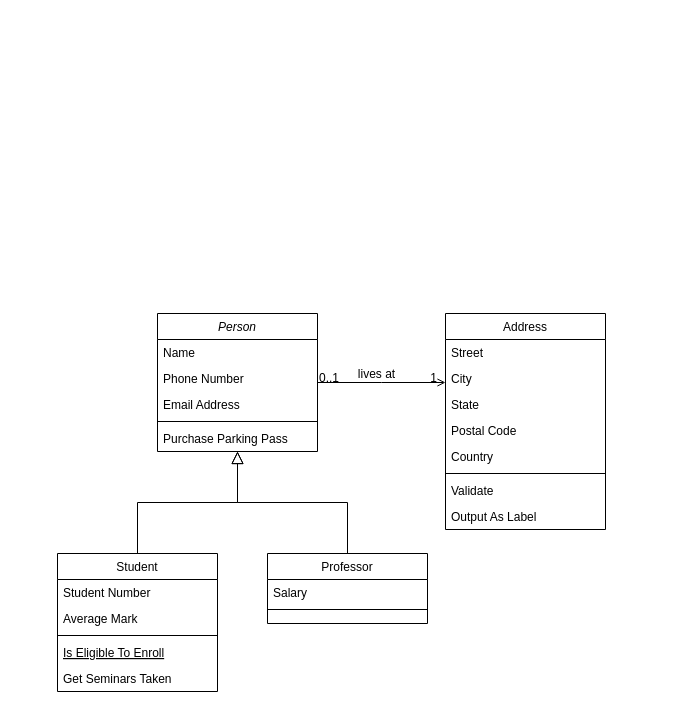
Above: src/Diagramme sans nom.drawio in RBOM12/Graph-ETIC (draw.io), before the change. Source tidied: cells renumbered, new cells numbered last; positions are measured from the earlier drawing's top-left corner, leaving out a move shared by most shapes. Both pictures are drawn from the tidied source at 100%, with x=0, y=0 at pixel (57, 313).
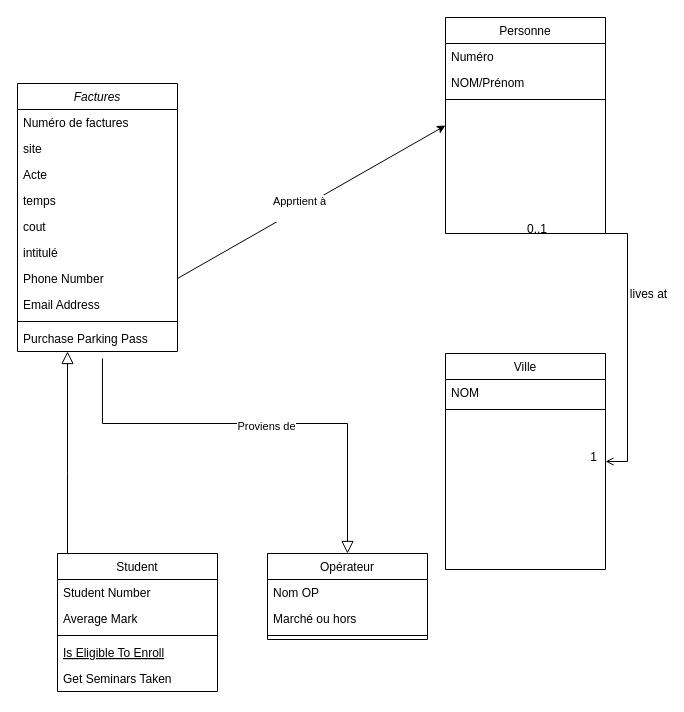
Above is the later version.

Commit message:
Mettre à jour Diagramme sans nom.drawio

The change refers to these unchanged cells:
```xml
<mxCell id="8" value="Student" style="swimlane;fontStyle=0;align=center;verticalAlign=top;horizontal=1;startSize=26;rounded=0;shadow=0;strokeWidth=1;" parent="1" vertex="1">
  <mxGeometry y="240" width="160" height="138" as="geometry" />
</mxCell>
```

Change to the diagram source:
```diff
@@
-    <mxCell id="2" value="Person" style="swimlane;fontStyle=2;align=center;verticalAlign=top;horizontal=1;startSize=26;rounded=0;shadow=0;strokeWidth=1;" parent="1" vertex="1">
-      <mxGeometry x="100" width="160" height="138" as="geometry" />
+    <mxCell id="2" value="Factures" style="swimlane;fontStyle=2;align=center;verticalAlign=top;horizontal=1;startSize=26;rounded=0;shadow=0;strokeWidth=1;" parent="1" vertex="1">
+      <mxGeometry x="-40" y="-230" width="160" height="268" as="geometry" />
     </mxCell>
+    <mxCell id="32" value="Numéro de factures" style="text;align=left;verticalAlign=top;spacingLeft=4;spacingRight=4;overflow=hidden;" parent="2" vertex="1">
+      <mxGeometry y="26" width="160" height="26" as="geometry" />
+    </mxCell>
+    <mxCell id="33" value="site&#10;" style="text;align=left;verticalAlign=top;spacingLeft=4;spacingRight=4;overflow=hidden;" parent="2" vertex="1">
+      <mxGeometry y="52" width="160" height="26" as="geometry" />
+    </mxCell>
+    <mxCell id="34" value="Acte" style="text;align=left;verticalAlign=top;spacingLeft=4;spacingRight=4;overflow=hidden;" parent="2" vertex="1">
+      <mxGeometry y="78" width="160" height="26" as="geometry" />
+    </mxCell>
+    <mxCell id="35" value="temps " style="text;align=left;verticalAlign=top;spacingLeft=4;spacingRight=4;overflow=hidden;" parent="2" vertex="1">
+      <mxGeometry y="104" width="160" height="26" as="geometry" />
+    </mxCell>
+    <mxCell id="36" value="cout" style="text;align=left;verticalAlign=top;spacingLeft=4;spacingRight=4;overflow=hidden;" parent="2" vertex="1">
+      <mxGeometry y="130" width="160" height="26" as="geometry" />
+    </mxCell>
-    <mxCell id="3" value="Name" style="text;align=left;verticalAlign=top;spacingLeft=4;spacingRight=4;overflow=hidden;" parent="2" vertex="1">
-      <mxGeometry y="26" width="160" height="26" as="geometry" />
+    <mxCell id="3" value="intitulé" style="text;align=left;verticalAlign=top;spacingLeft=4;spacingRight=4;overflow=hidden;" parent="2" vertex="1">
+      <mxGeometry y="156" width="160" height="26" as="geometry" />
     </mxCell>
     <mxCell id="4" value="Phone Number" style="text;align=left;verticalAlign=top;spacingLeft=4;spacingRight=4;overflow=hidden;points=[[0,0.5],[1,0.5]];portConstraint=eastwest;rounded=0;shadow=0;html=0;" parent="2" vertex="1">
-      <mxGeometry y="52" width="160" height="26" as="geometry" />
+      <mxGeometry y="182" width="160" height="26" as="geometry" />
     </mxCell>
     <mxCell id="5" value="Email Address" style="text;align=left;verticalAlign=top;spacingLeft=4;spacingRight=4;overflow=hidden;rounded=0;shadow=0;html=0;" parent="2" vertex="1">
-      <mxGeometry y="78" width="160" height="26" as="geometry" />
+      <mxGeometry y="208" width="160" height="26" as="geometry" />
     </mxCell>
     <mxCell id="6" style="line;html=1;strokeWidth=1;align=left;verticalAlign=middle;spacingTop=-1;spacingLeft=3;spacingRight=3;labelPosition=right;" parent="2" vertex="1">
-      <mxGeometry y="104" width="160" height="8" as="geometry" />
+      <mxGeometry y="234" width="160" height="8" as="geometry" />
     </mxCell>
     <mxCell id="7" value="Purchase Parking Pass" style="text;align=left;verticalAlign=top;spacingLeft=4;spacingRight=4;overflow=hidden;points=[[0,0.5],[1,0.5]];portConstraint=eastwest;" parent="2" vertex="1">
-      <mxGeometry y="112" width="160" height="26" as="geometry" />
+      <mxGeometry y="242" width="160" height="26" as="geometry" />
     </mxCell>
@@
     <mxCell id="14" style="endArrow=block;endSize=10;endFill=0;shadow=0;strokeWidth=1;rounded=0;curved=0;edgeStyle=elbowEdgeStyle;elbow=vertical;" parent="1" edge="1" source="8" target="2">
-      <mxGeometry relative="1" as="geometry" />
+      <mxGeometry relative="1" as="geometry">
+        <Array as="points">
+          <mxPoint x="10" y="160" />
+        </Array>
+      </mxGeometry>
     </mxCell>
-    <mxCell id="15" value="Professor" style="swimlane;fontStyle=0;align=center;verticalAlign=top;horizontal=1;startSize=26;rounded=0;shadow=0;strokeWidth=1;" parent="1" vertex="1">
-      <mxGeometry x="210" y="240" width="160" height="70" as="geometry" />
+    <mxCell id="15" value="Opérateur" style="swimlane;fontStyle=0;align=center;verticalAlign=top;horizontal=1;startSize=26;rounded=0;shadow=0;strokeWidth=1;" parent="1" vertex="1">
+      <mxGeometry x="210" y="240" width="160" height="86" as="geometry" />
     </mxCell>
-    <mxCell id="16" value="Salary" style="text;align=left;verticalAlign=top;spacingLeft=4;spacingRight=4;overflow=hidden;" parent="15" vertex="1">
+    <mxCell id="16" value="Nom OP&#10;" style="text;align=left;verticalAlign=top;spacingLeft=4;spacingRight=4;overflow=hidden;" parent="15" vertex="1">
       <mxGeometry y="26" width="160" height="26" as="geometry" />
     </mxCell>
+    <mxCell id="37" value="Marché ou hors" style="text;align=left;verticalAlign=top;spacingLeft=4;spacingRight=4;overflow=hidden;" parent="15" vertex="1">
+      <mxGeometry y="52" width="160" height="26" as="geometry" />
+    </mxCell>
     <mxCell id="17" style="line;html=1;strokeWidth=1;align=left;verticalAlign=middle;spacingTop=-1;spacingLeft=3;spacingRight=3;labelPosition=right;" parent="15" vertex="1">
-      <mxGeometry y="52" width="160" height="8" as="geometry" />
+      <mxGeometry y="78" width="160" height="8" as="geometry" />
     </mxCell>
-    <mxCell id="18" style="endArrow=block;endSize=10;endFill=0;shadow=0;strokeWidth=1;rounded=0;curved=0;edgeStyle=elbowEdgeStyle;elbow=vertical;" parent="1" edge="1" source="15" target="2">
-      <mxGeometry relative="1" as="geometry" />
+    <mxCell id="18" style="endArrow=block;endSize=10;endFill=0;shadow=0;strokeWidth=1;rounded=0;curved=0;edgeStyle=elbowEdgeStyle;elbow=vertical;entryX=0.5;entryY=0;entryDx=0;entryDy=0;exitX=0.531;exitY=1.269;exitDx=0;exitDy=0;exitPerimeter=0;" parent="1" edge="1" source="7" target="15">
+      <mxGeometry relative="1" as="geometry">
+        <Array as="points">
+          <mxPoint x="20" y="110" />
+        </Array>
+      </mxGeometry>
     </mxCell>
+    <mxCell id="38" value="Proviens de" style="edgeLabel;html=1;align=center;verticalAlign=middle;" parent="18" vertex="1">
+      <mxGeometry x="0.04" y="-2" relative="1" as="geometry" />
+    </mxCell>
-    <mxCell id="19" value="Address" style="swimlane;fontStyle=0;align=center;verticalAlign=top;horizontal=1;startSize=26;rounded=0;shadow=0;strokeWidth=1;" parent="1" vertex="1">
-      <mxGeometry x="388" width="160" height="216" as="geometry" />
+    <mxCell id="19" value="Ville" style="swimlane;fontStyle=0;align=center;verticalAlign=top;horizontal=1;startSize=26;rounded=0;shadow=0;strokeWidth=1;" parent="1" vertex="1">
+      <mxGeometry x="388" y="40" width="160" height="216" as="geometry" />
     </mxCell>
-    <mxCell id="20" value="Street" style="text;align=left;verticalAlign=top;spacingLeft=4;spacingRight=4;overflow=hidden;" parent="19" vertex="1">
+    <mxCell id="20" value="NOM&#10;" style="text;align=left;verticalAlign=top;spacingLeft=4;spacingRight=4;overflow=hidden;" parent="19" vertex="1">
       <mxGeometry y="26" width="160" height="26" as="geometry" />
     </mxCell>
-    <mxCell id="21" value="City" style="text;align=left;verticalAlign=top;spacingLeft=4;spacingRight=4;overflow=hidden;rounded=0;shadow=0;html=0;" parent="19" vertex="1">
-      <mxGeometry y="52" width="160" height="26" as="geometry" />
-    </mxCell>
-    <mxCell id="22" value="State" style="text;align=left;verticalAlign=top;spacingLeft=4;spacingRight=4;overflow=hidden;rounded=0;shadow=0;html=0;" parent="19" vertex="1">
-      <mxGeometry y="78" width="160" height="26" as="geometry" />
-    </mxCell>
-    <mxCell id="23" value="Postal Code" style="text;align=left;verticalAlign=top;spacingLeft=4;spacingRight=4;overflow=hidden;rounded=0;shadow=0;html=0;" parent="19" vertex="1">
-      <mxGeometry y="104" width="160" height="26" as="geometry" />
-    </mxCell>
-    <mxCell id="24" value="Country" style="text;align=left;verticalAlign=top;spacingLeft=4;spacingRight=4;overflow=hidden;rounded=0;shadow=0;html=0;" parent="19" vertex="1">
-      <mxGeometry y="130" width="160" height="26" as="geometry" />
-    </mxCell>
     <mxCell id="25" style="line;html=1;strokeWidth=1;align=left;verticalAlign=middle;spacingTop=-1;spacingLeft=3;spacingRight=3;labelPosition=right;" parent="19" vertex="1">
-      <mxGeometry y="156" width="160" height="8" as="geometry" />
+      <mxGeometry y="52" width="160" height="8" as="geometry" />
     </mxCell>
-    <mxCell id="26" value="Validate" style="text;align=left;verticalAlign=top;spacingLeft=4;spacingRight=4;overflow=hidden;" parent="19" vertex="1">
-      <mxGeometry y="164" width="160" height="26" as="geometry" />
-    </mxCell>
-    <mxCell id="27" value="Output As Label" style="text;align=left;verticalAlign=top;spacingLeft=4;spacingRight=4;overflow=hidden;" parent="19" vertex="1">
-      <mxGeometry y="190" width="160" height="26" as="geometry" />
-    </mxCell>
-    <mxCell id="28" style="endArrow=open;shadow=0;strokeWidth=1;rounded=0;curved=0;endFill=1;edgeStyle=elbowEdgeStyle;elbow=vertical;" parent="1" edge="1" source="2" target="19">
+    <mxCell id="28" style="endArrow=open;shadow=0;strokeWidth=1;rounded=0;curved=0;endFill=1;edgeStyle=elbowEdgeStyle;elbow=vertical;exitX=0.5;exitY=1;exitDx=0;exitDy=0;" parent="1" edge="1" source="39" target="19">
       <mxGeometry x="0.5" y="41" relative="1" as="geometry">
+        <Array as="points">
+          <mxPoint x="570" y="10" />
+          <mxPoint x="460" y="-30" />
+          <mxPoint x="300" y="30" />
+        </Array>
         <mxPoint x="-40" y="32" as="offset" />
       </mxGeometry>
     </mxCell>
@@
     <mxCell id="31" value="lives at" style="text;html=1;align=center;verticalAlign=middle;labelBackgroundColor=none;rounded=0;shadow=0;strokeWidth=1;fontSize=12;" parent="28" vertex="1">
       <mxGeometry x="0.5" y="49" relative="1" as="geometry">
-        <mxPoint x="-38" y="40" as="offset" />
+        <mxPoint x="-29" y="-102" as="offset" />
       </mxGeometry>
     </mxCell>
+    <mxCell id="39" value="Personne" style="swimlane;fontStyle=0;align=center;verticalAlign=top;horizontal=1;startSize=26;rounded=0;shadow=0;strokeWidth=1;" parent="1" vertex="1">
+      <mxGeometry x="388" y="-296" width="160" height="216" as="geometry" />
+    </mxCell>
+    <mxCell id="40" value="Numéro&#10;" style="text;align=left;verticalAlign=top;spacingLeft=4;spacingRight=4;overflow=hidden;" parent="39" vertex="1">
+      <mxGeometry y="26" width="160" height="26" as="geometry" />
+    </mxCell>
+    <mxCell id="41" value="NOM/Prénom" style="text;align=left;verticalAlign=top;spacingLeft=4;spacingRight=4;overflow=hidden;rounded=0;shadow=0;html=0;" parent="39" vertex="1">
+      <mxGeometry y="52" width="160" height="26" as="geometry" />
+    </mxCell>
+    <mxCell id="42" style="line;html=1;strokeWidth=1;align=left;verticalAlign=middle;spacingTop=-1;spacingLeft=3;spacingRight=3;labelPosition=right;" parent="39" vertex="1">
+      <mxGeometry y="78" width="160" height="8" as="geometry" />
+    </mxCell>
+    <mxCell id="43" style="endArrow=classic;html=1;rounded=0;exitX=1;exitY=0.5;exitDx=0;exitDy=0;entryX=0;entryY=0.5;entryDx=0;entryDy=0;" parent="1" edge="1" source="4" target="39">
+      <mxGeometry relative="1" as="geometry" />
+    </mxCell>
+    <mxCell id="44" value="Apprtient à&lt;div&gt;&lt;br&gt;&lt;/div&gt;" style="edgeLabel;html=1;align=center;verticalAlign=middle;" parent="43" vertex="1">
+      <mxGeometry x="-0.09" y="1" relative="1" as="geometry" />
+    </mxCell>
```
